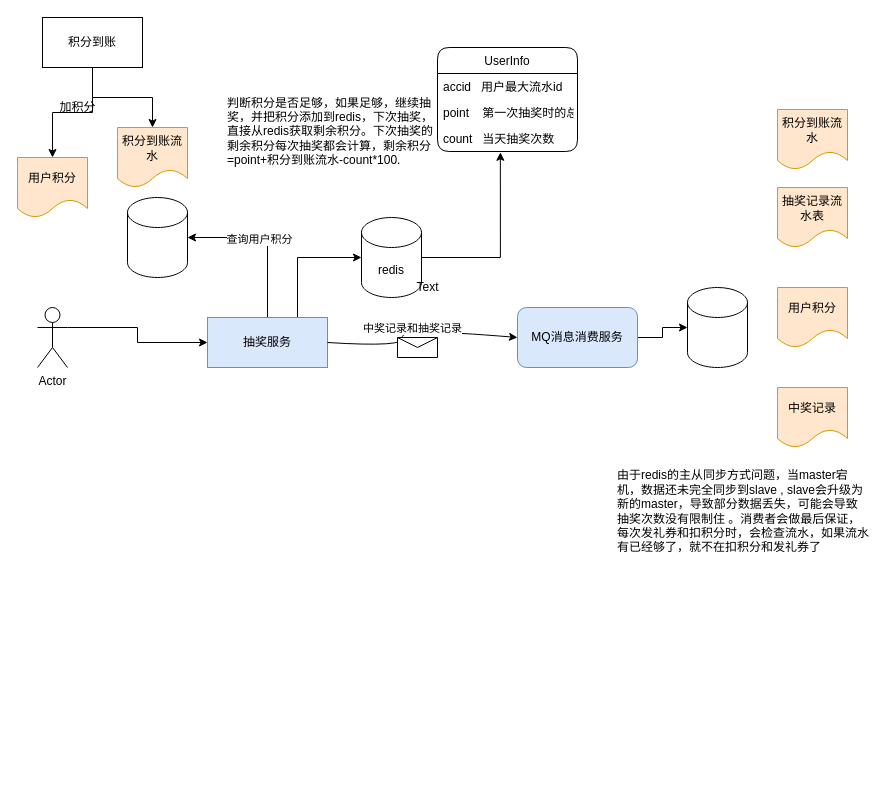
The draw.io diagram Untitled Diagram.drawio in dawnq5/draw.io, before the edit. Source tidied: cells renumbered, new cells numbered last; positions are measured from the earlier drawing's top-left corner, leaving out a move shared by most shapes. Both pictures are drawn from the tidied source at 100%, with x=0, y=0 at pixel (17, 17).
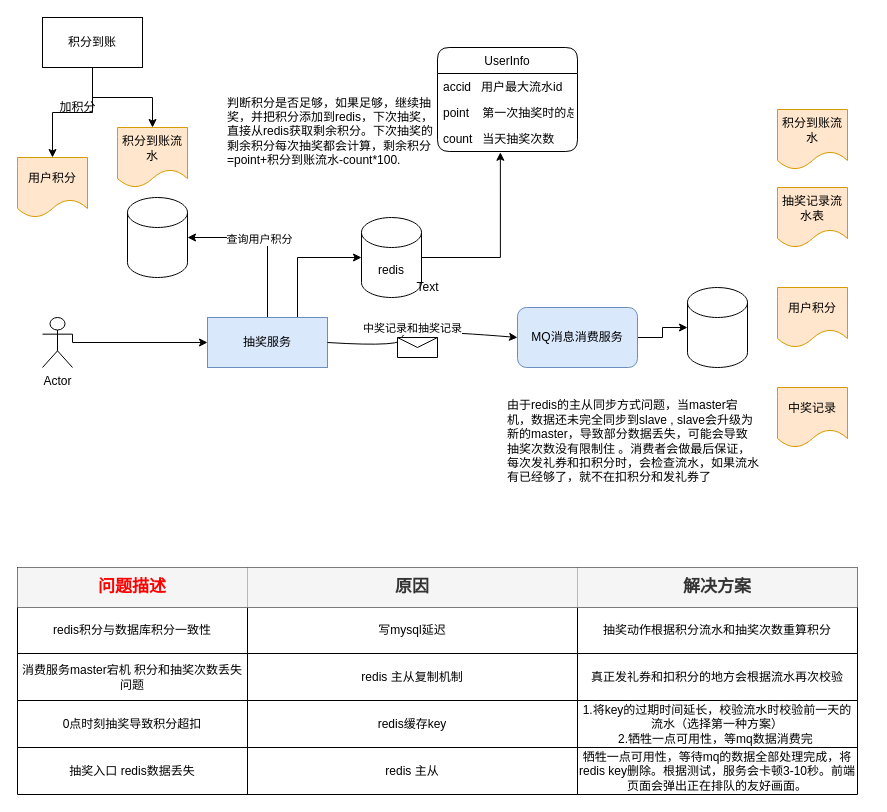
The same diagram, later.

The change refers to these unchanged cells:
```xml
<mxCell id="5" value="抽奖服务" style="rounded=0;whiteSpace=wrap;html=1;fillColor=#dae8fc;strokeColor=#6c8ebf;" parent="1" vertex="1">
  <mxGeometry x="190" y="300" width="120" height="50" as="geometry" />
</mxCell>
```

Change to the diagram source:
```diff
@@
     <mxCell id="15" style="edgeStyle=orthogonalEdgeStyle;rounded=0;jettySize=auto;html=1;exitX=1;exitY=0.3333333333333333;exitDx=0;exitDy=0;exitPerimeter=0;entryX=0;entryY=0.5;entryDx=0;entryDy=0;" parent="1" edge="1" source="16" target="5">
-      <mxGeometry relative="1" as="geometry" />
+      <mxGeometry relative="1" as="geometry">
+        <Array as="points">
+          <mxPoint x="55" y="325" />
+        </Array>
+      </mxGeometry>
     </mxCell>
     <mxCell id="16" value="Actor" style="shape=umlActor;verticalLabelPosition=bottom;verticalAlign=top;html=1;outlineConnect=0;" parent="1" vertex="1">
-      <mxGeometry x="20" y="290" width="30" height="60" as="geometry" />
+      <mxGeometry x="25" y="300" width="30" height="50" as="geometry" />
     </mxCell>
@@
     <mxCell id="26" value="由于redis的主从同步方式问题，当master宕机，数据还未完全同步到slave , slave会升级为新的master，导致部分数据丢失，可能会导致抽奖次数没有限制住 。消费者会做最后保证，每次发礼券和扣积分时，会检查流水，如果流水有已经够了，就不在扣积分和发礼券了" style="text;strokeColor=none;fillColor=none;align=left;verticalAlign=middle;rounded=0;glass=0;spacing=0;spacingTop=-2;html=1;whiteSpace=wrap;" parent="1" vertex="1">
-      <mxGeometry x="600" y="440" width="250" height="110" as="geometry" />
+      <mxGeometry x="490" y="370" width="250" height="110" as="geometry" />
     </mxCell>
@@
+    <mxCell id="34" style="shape=table;html=1;whiteSpace=wrap;startSize=0;childLayout=tableLayout;rowLines=1;swimlaneLine=1;fontSize=15;" parent="1" vertex="1">
+      <mxGeometry y="550" width="840" height="227" as="geometry" />
+    </mxCell>
+    <mxCell id="35" style="shape=tableRow;horizontal=0;startSize=0;swimlaneHead=0;swimlaneBody=0;top=0;left=0;bottom=0;right=0;fillColor=none;" parent="34" vertex="1">
+      <mxGeometry width="840" height="40" as="geometry" />
+    </mxCell>
+    <mxCell id="36" value="问题描述" style="shape=partialRectangle;html=1;whiteSpace=wrap;fillColor=#f5f5f5;top=0;left=0;bottom=0;right=0;overflow=hidden;fontColor=#FF0000;strokeColor=#000000;fontStyle=1;fontSize=17;" parent="35" vertex="1">
+      <mxGeometry width="230" height="40" as="geometry" />
+    </mxCell>
+    <mxCell id="37" value="原因" style="shape=partialRectangle;html=1;whiteSpace=wrap;fillColor=#f5f5f5;top=0;left=0;bottom=0;right=0;overflow=hidden;fontColor=#333333;strokeColor=#000000;fontStyle=1;fontSize=17;" parent="35" vertex="1">
+      <mxGeometry x="230" width="330" height="40" as="geometry" />
+    </mxCell>
+    <mxCell id="38" value="解决方案" style="shape=partialRectangle;html=1;whiteSpace=wrap;fillColor=#f5f5f5;top=0;left=0;bottom=0;right=0;overflow=hidden;fontColor=#333333;strokeColor=#000000;fontStyle=1;fontSize=17;" parent="35" vertex="1">
+      <mxGeometry x="560" width="280" height="40" as="geometry" />
+    </mxCell>
+    <mxCell id="39" style="shape=tableRow;horizontal=0;startSize=0;swimlaneHead=0;swimlaneBody=0;top=0;left=0;bottom=0;right=0;fillColor=none;" parent="34" vertex="1">
+      <mxGeometry y="40" width="840" height="46" as="geometry" />
+    </mxCell>
+    <mxCell id="40" value="redis积分与数据库积分一致性" style="shape=partialRectangle;html=1;whiteSpace=wrap;fillColor=none;top=0;left=0;bottom=0;right=0;overflow=hidden;" parent="39" vertex="1">
+      <mxGeometry width="230" height="46" as="geometry" />
+    </mxCell>
+    <mxCell id="41" value="写mysql延迟" style="shape=partialRectangle;html=1;whiteSpace=wrap;fillColor=none;top=0;left=0;bottom=0;right=0;overflow=hidden;" parent="39" vertex="1">
+      <mxGeometry x="230" width="330" height="46" as="geometry" />
+    </mxCell>
+    <mxCell id="42" value="抽奖动作根据积分流水和抽奖次数重算积分" style="shape=partialRectangle;html=1;whiteSpace=wrap;fillColor=none;top=0;left=0;bottom=0;right=0;overflow=hidden;" parent="39" vertex="1">
+      <mxGeometry x="560" width="280" height="46" as="geometry" />
+    </mxCell>
+    <mxCell id="43" style="shape=tableRow;horizontal=0;startSize=0;swimlaneHead=0;swimlaneBody=0;top=0;left=0;bottom=0;right=0;fillColor=none;" parent="34" vertex="1">
+      <mxGeometry y="86" width="840" height="47" as="geometry" />
+    </mxCell>
+    <mxCell id="44" value="消费服务master宕机 积分和抽奖次数丢失问题" style="shape=partialRectangle;html=1;whiteSpace=wrap;fillColor=none;top=0;left=0;bottom=0;right=0;overflow=hidden;" parent="43" vertex="1">
+      <mxGeometry width="230" height="47" as="geometry" />
+    </mxCell>
+    <mxCell id="45" value="redis 主从复制机制" style="shape=partialRectangle;html=1;whiteSpace=wrap;fillColor=none;top=0;left=0;bottom=0;right=0;overflow=hidden;" parent="43" vertex="1">
+      <mxGeometry x="230" width="330" height="47" as="geometry" />
+    </mxCell>
+    <mxCell id="46" value="真正发礼券和扣积分的地方会根据流水再次校验" style="shape=partialRectangle;html=1;whiteSpace=wrap;fillColor=none;top=0;left=0;bottom=0;right=0;overflow=hidden;" parent="43" vertex="1">
+      <mxGeometry x="560" width="280" height="47" as="geometry" />
+    </mxCell>
+    <mxCell id="47" style="shape=tableRow;horizontal=0;startSize=0;swimlaneHead=0;swimlaneBody=0;top=0;left=0;bottom=0;right=0;fillColor=none;" parent="34" vertex="1">
+      <mxGeometry y="133" width="840" height="47" as="geometry" />
+    </mxCell>
+    <mxCell id="48" value="0点时刻抽奖导致积分超扣" style="shape=partialRectangle;html=1;whiteSpace=wrap;fillColor=none;top=0;left=0;bottom=0;right=0;overflow=hidden;" parent="47" vertex="1">
+      <mxGeometry width="230" height="47" as="geometry" />
+    </mxCell>
+    <mxCell id="49" value="redis缓存key" style="shape=partialRectangle;html=1;whiteSpace=wrap;fillColor=none;top=0;left=0;bottom=0;right=0;overflow=hidden;" parent="47" vertex="1">
+      <mxGeometry x="230" width="330" height="47" as="geometry" />
+    </mxCell>
+    <mxCell id="50" value="1.将key的过期时间延长，校验流水时校验前一天的流水（选择第一种方案）&lt;br&gt;2.牺牲一点可用性，等mq数据消费完&amp;nbsp;" style="shape=partialRectangle;html=1;whiteSpace=wrap;fillColor=none;top=0;left=0;bottom=0;right=0;overflow=hidden;" parent="47" vertex="1">
+      <mxGeometry x="560" width="280" height="47" as="geometry" />
+    </mxCell>
+    <mxCell id="51" style="shape=tableRow;horizontal=0;startSize=0;swimlaneHead=0;swimlaneBody=0;top=0;left=0;bottom=0;right=0;fillColor=none;" parent="34" vertex="1">
+      <mxGeometry y="180" width="840" height="47" as="geometry" />
+    </mxCell>
+    <mxCell id="52" value="抽奖入口 redis数据丢失" style="shape=partialRectangle;html=1;whiteSpace=wrap;fillColor=none;top=0;left=0;bottom=0;right=0;overflow=hidden;" parent="51" vertex="1">
+      <mxGeometry width="230" height="47" as="geometry" />
+    </mxCell>
+    <mxCell id="53" value="redis 主从" style="shape=partialRectangle;html=1;whiteSpace=wrap;fillColor=none;top=0;left=0;bottom=0;right=0;overflow=hidden;" parent="51" vertex="1">
+      <mxGeometry x="230" width="330" height="47" as="geometry" />
+    </mxCell>
+    <mxCell id="54" value="牺牲一点可用性，等待mq的数据全部处理完成，将redis key删除。根据测试，服务会卡顿3-10秒。前端页面会弹出正在排队的友好画面。" style="shape=partialRectangle;html=1;whiteSpace=wrap;fillColor=none;top=0;left=0;bottom=0;right=0;overflow=hidden;" parent="51" vertex="1">
+      <mxGeometry x="560" width="280" height="47" as="geometry" />
+    </mxCell>
```
